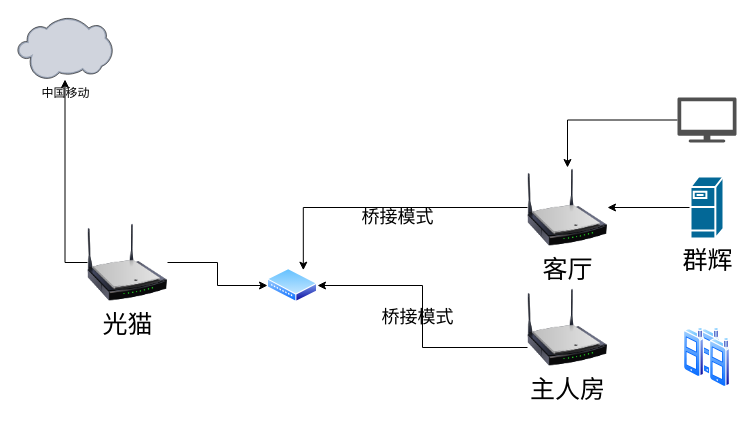
Earlier version of the draw.io diagram Untitled Diagram.drawio (dyq94310/diagrams.net). Source tidied: cells renumbered, new cells numbered last; positions are measured from the earlier drawing's top-left corner, leaving out a move shared by most shapes. Both pictures are drawn from the tidied source at 100%, with x=0, y=0 at pixel (17, 17).
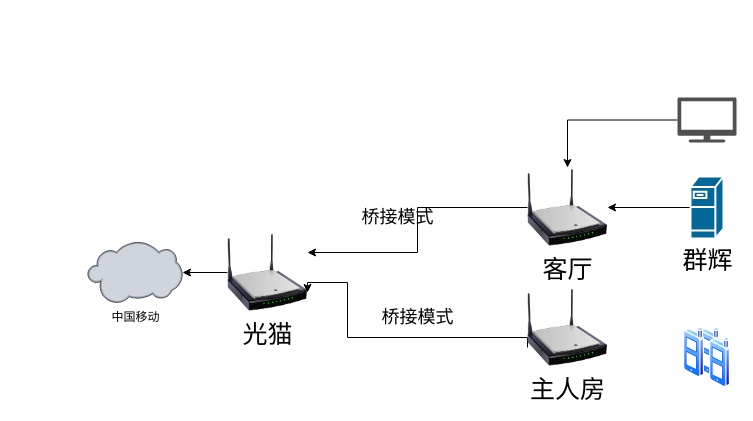
After the change.

The change refers to these unchanged cells:
```xml
<mxCell id="7" value="&lt;div&gt;主人房&lt;/div&gt;" style="image;html=1;image=img/lib/clip_art/networking/Wireless_Router_N_128x128.png;fontSize=25;" parent="1" vertex="1">
  <mxGeometry x="510" y="270" width="80" height="80" as="geometry" />
</mxCell>
<mxCell id="9" value="客厅" style="image;html=1;image=img/lib/clip_art/networking/Wireless_Router_N_128x128.png;fontSize=25;" parent="1" vertex="1">
  <mxGeometry x="510" y="150" width="80" height="80" as="geometry" />
</mxCell>
```

Change to the diagram source:
```diff
@@
     <mxCell id="2" value="&lt;div&gt;中国移动&lt;/div&gt;" style="verticalLabelPosition=bottom;sketch=0;html=1;verticalAlign=top;strokeColor=none;align=center;outlineConnect=0;shape=mxgraph.citrix.cloud;" parent="1" vertex="1">
-      <mxGeometry width="95" height="62" as="geometry" />
+      <mxGeometry x="70" y="224" width="95" height="62" as="geometry" />
     </mxCell>
@@
-    <mxCell id="4" style="edgeStyle=orthogonalEdgeStyle;rounded=0;jettySize=auto;html=1;fontSize=18;entryX=0;entryY=0.5;entryDx=0;entryDy=0;" parent="1" edge="1" source="5" target="19">
-      <mxGeometry relative="1" as="geometry" />
-    </mxCell>
     <mxCell id="5" value="光猫" style="image;html=1;image=img/lib/clip_art/networking/Wireless_Router_N_128x128.png;fontSize=25;" parent="1" vertex="1">
-      <mxGeometry x="70" y="205" width="80" height="80" as="geometry" />
+      <mxGeometry x="210" y="215" width="80" height="80" as="geometry" />
     </mxCell>
-    <mxCell id="6" style="edgeStyle=orthogonalEdgeStyle;rounded=0;jettySize=auto;html=1;exitX=0;exitY=0.75;exitDx=0;exitDy=0;fontSize=25;entryX=1;entryY=0.5;entryDx=0;entryDy=0;" parent="1" edge="1" source="7" target="19">
-      <mxGeometry relative="1" as="geometry" />
+    <mxCell id="6" style="edgeStyle=orthogonalEdgeStyle;rounded=0;jettySize=auto;html=1;exitX=0;exitY=0.75;exitDx=0;exitDy=0;fontSize=25;entryX=1;entryY=0.75;entryDx=0;entryDy=0;" parent="1" edge="1" source="7" target="5">
+      <mxGeometry relative="1" as="geometry">
+        <Array as="points">
+          <mxPoint x="510" y="320" />
+          <mxPoint x="330" y="320" />
+          <mxPoint x="330" y="265" />
+        </Array>
+      </mxGeometry>
     </mxCell>
@@
-    <mxCell id="8" style="edgeStyle=orthogonalEdgeStyle;rounded=0;jettySize=auto;html=1;exitX=0;exitY=0.5;exitDx=0;exitDy=0;fontSize=25;entryX=0.75;entryY=0;entryDx=0;entryDy=0;" parent="1" edge="1" source="9" target="19">
+    <mxCell id="8" style="edgeStyle=orthogonalEdgeStyle;rounded=0;jettySize=auto;html=1;exitX=0;exitY=0.5;exitDx=0;exitDy=0;fontSize=25;entryX=1;entryY=0.25;entryDx=0;entryDy=0;" parent="1" edge="1" source="9" target="5">
       <mxGeometry relative="1" as="geometry" />
     </mxCell>
@@
-    <mxCell id="19" style="perimeter=ellipsePerimeter;html=1;align=center;shadow=0;dashed=0;spacingTop=3;image;image=img/lib/active_directory/wiring_hub.svg;fontSize=18;" parent="1" vertex="1">
-      <mxGeometry x="250" y="251" width="50" height="34" as="geometry" />
-    </mxCell>
```
